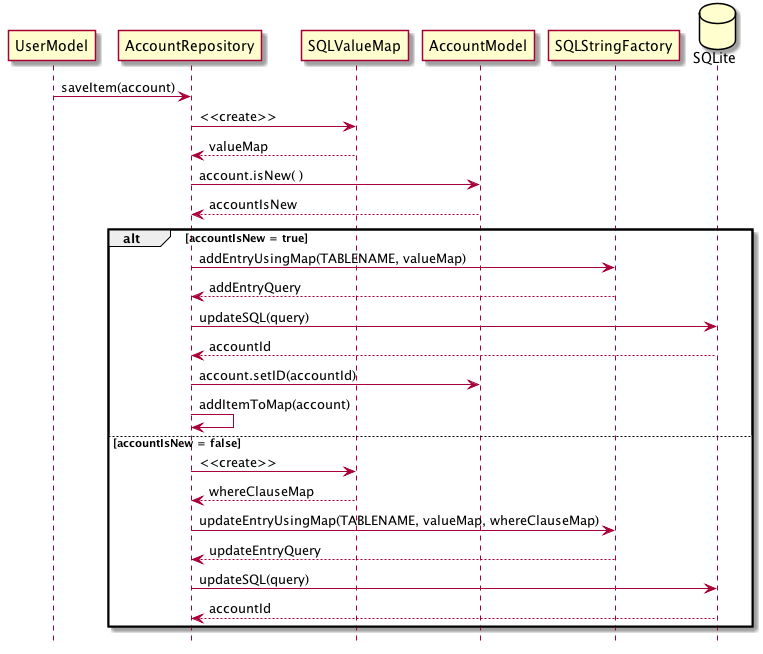
This is Documentation/diagrams/sequence/accRepoSaveItem.png from melanie-t/budget-planner-app, a PlantUML export, as it was before one commit. Source of this version:
```plantuml
@startuml
hide footbox
database SQLite

UserModel -> AccountRepository : saveItem(account)

AccountRepository -> SQLValueMap : <<create>>
AccountRepository <-- SQLValueMap : valueMap

AccountRepository -> AccountModel: account.isNew( )
AccountRepository <-- AccountModel: accountIsNew

alt accountIsNew = true
    AccountRepository -> SQLStringFactory : addEntryUsingMap(TABLENAME, valueMap)
    AccountRepository <-- SQLStringFactory : addEntryQuery

    AccountRepository -> SQLite : updateSQL(query)
    AccountRepository <-- SQLite : accountId

    AccountRepository -> AccountModel: account.setID(accountId)

    AccountRepository -> AccountRepository: addItemToMap(account)

else accountIsNew = false
    AccountRepository -> SQLValueMap : <<create>>
    AccountRepository <-- SQLValueMap : whereClauseMap

    AccountRepository -> SQLStringFactory : updateEntryUsingMap(TABLENAME, valueMap, whereClauseMap)
    AccountRepository <-- SQLStringFactory : updateEntryQuery

    AccountRepository -> SQLite : updateSQL(query)
    AccountRepository <-- SQLite : accountId
end
database SQLite
@enduml
```
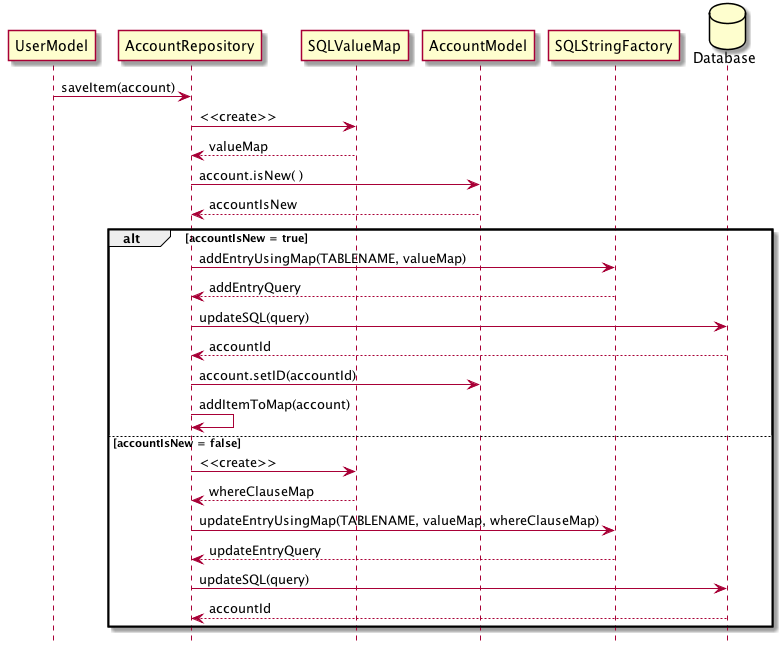
Later version of the same file.

Commit message:
fixed diagram errors

What changed in the source:
```diff
@@ -1,6 +1,6 @@
 @startuml
 hide footbox
-database SQLite
+database Database
 
 UserModel -> AccountRepository : saveItem(account)
 
@@ -14,8 +14,8 @@
     AccountRepository -> SQLStringFactory : addEntryUsingMap(TABLENAME, valueMap)
     AccountRepository <-- SQLStringFactory : addEntryQuery
 
-    AccountRepository -> SQLite : updateSQL(query)
-    AccountRepository <-- SQLite : accountId
+    AccountRepository -> Database : updateSQL(query)
+    AccountRepository <-- Database : accountId
 
     AccountRepository -> AccountModel: account.setID(accountId)
 
@@ -28,8 +28,8 @@
     AccountRepository -> SQLStringFactory : updateEntryUsingMap(TABLENAME, valueMap, whereClauseMap)
     AccountRepository <-- SQLStringFactory : updateEntryQuery
 
-    AccountRepository -> SQLite : updateSQL(query)
-    AccountRepository <-- SQLite : accountId
+    AccountRepository -> Database : updateSQL(query)
+    AccountRepository <-- Database : accountId
 end
-database SQLite
+database Database
 @enduml
```
